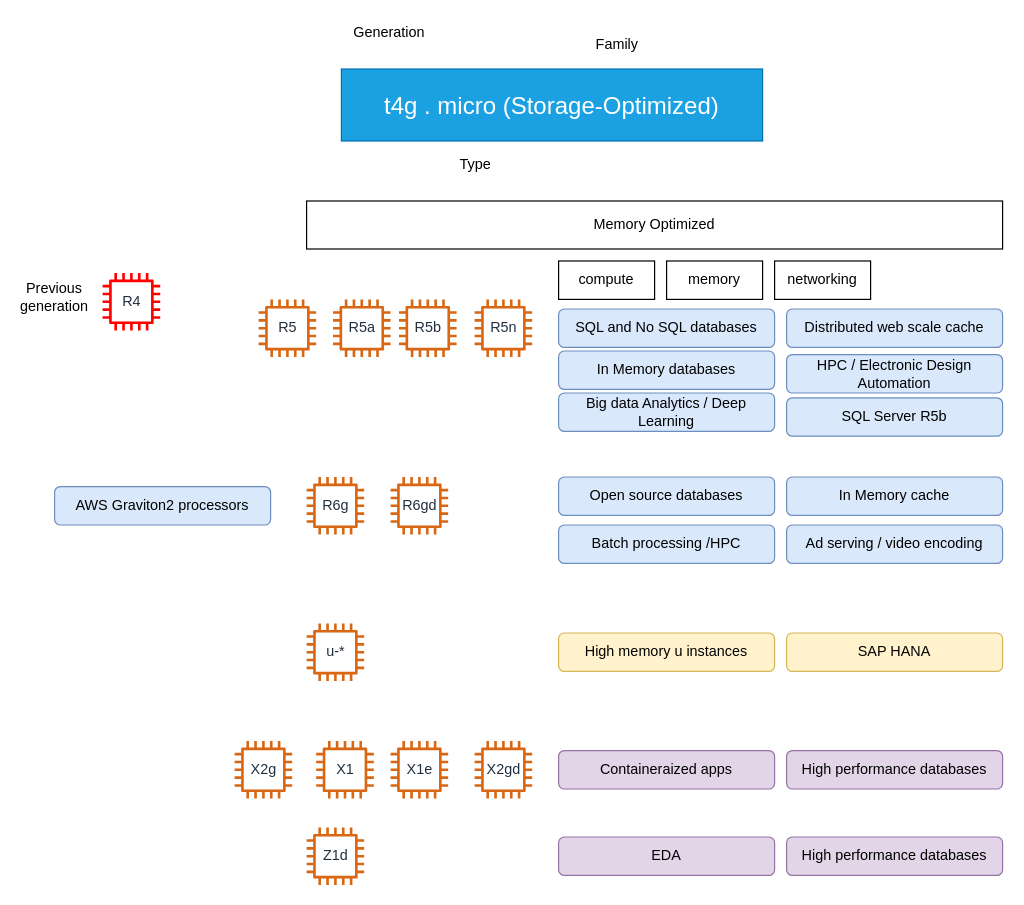
djvruio/aws-saa-labs keeps this draw.io diagram as page "Memory-Optimized" (4 of 8) of terraform-tutorials/ec2-masterclass/diagrams/ec2-masterclass.drawio. Above is the earlier version. Source tidied: cells renumbered, new cells numbered last; positions are measured from the earlier drawing's top-left corner, leaving out a move shared by most shapes. Both pictures are drawn from the tidied source at 120%, with x=0, y=0 at pixel (30, 20).
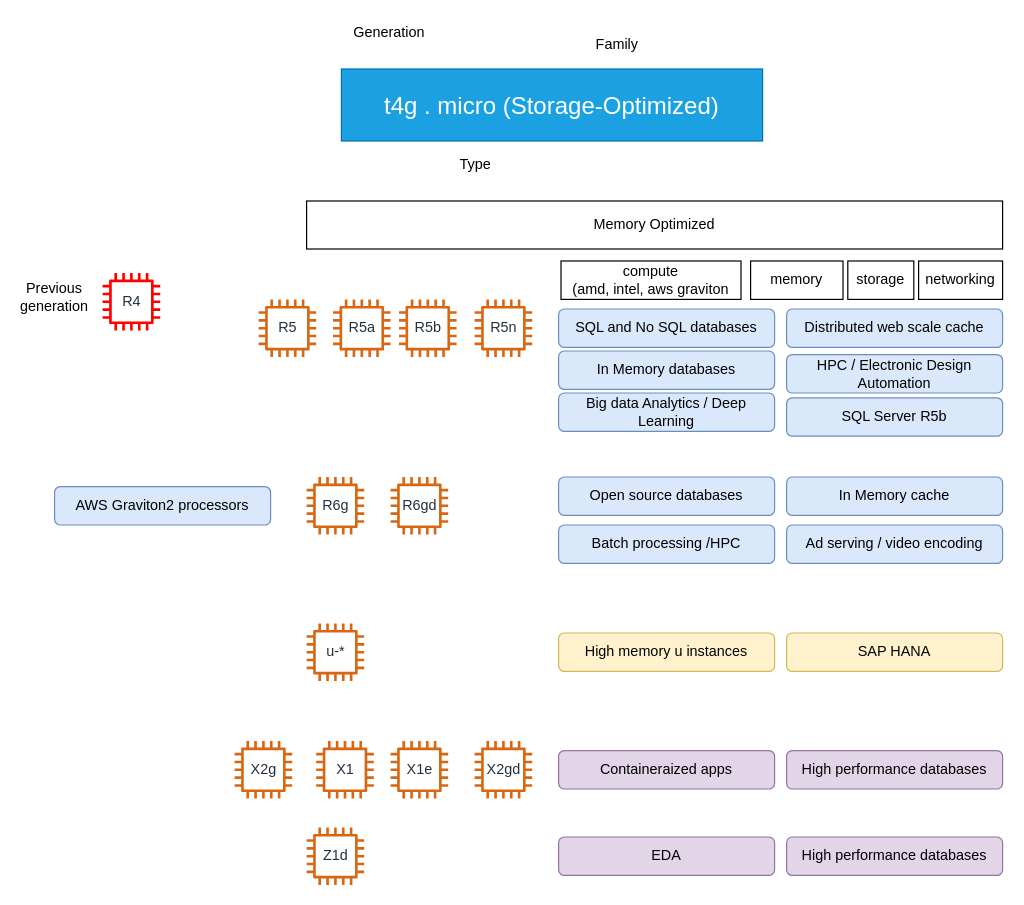
The same page after the edit.

Change to the diagram source:
```diff
@@
-    <mxCell id="2" value="compute" style="rounded=0;whiteSpace=wrap;html=1;" parent="1" vertex="1">
-      <mxGeometry x="440" y="200" width="80" height="32" as="geometry" />
-    </mxCell>
-    <mxCell id="3" value="memory" style="rounded=0;whiteSpace=wrap;html=1;" parent="1" vertex="1">
-      <mxGeometry x="530" y="200" width="80" height="32" as="geometry" />
-    </mxCell>
-    <mxCell id="4" value="networking" style="rounded=0;whiteSpace=wrap;html=1;" parent="1" vertex="1">
-      <mxGeometry x="620" y="200" width="80" height="32" as="geometry" />
-    </mxCell>
@@
+    <mxCell id="41" value="compute&lt;br&gt;(amd, intel, aws graviton" style="rounded=0;whiteSpace=wrap;html=1;" parent="1" vertex="1">
+      <mxGeometry x="442" y="200" width="150" height="32" as="geometry" />
+    </mxCell>
+    <mxCell id="3" value="memory" style="rounded=0;whiteSpace=wrap;html=1;" parent="1" vertex="1">
+      <mxGeometry x="600" y="200" width="77" height="32" as="geometry" />
+    </mxCell>
+    <mxCell id="42" value="storage" style="rounded=0;whiteSpace=wrap;html=1;" parent="1" vertex="1">
+      <mxGeometry x="681" y="200" width="55" height="32" as="geometry" />
+    </mxCell>
+    <mxCell id="4" value="networking" style="rounded=0;whiteSpace=wrap;html=1;" parent="1" vertex="1">
+      <mxGeometry x="740" y="200" width="70" height="32" as="geometry" />
+    </mxCell>
```
